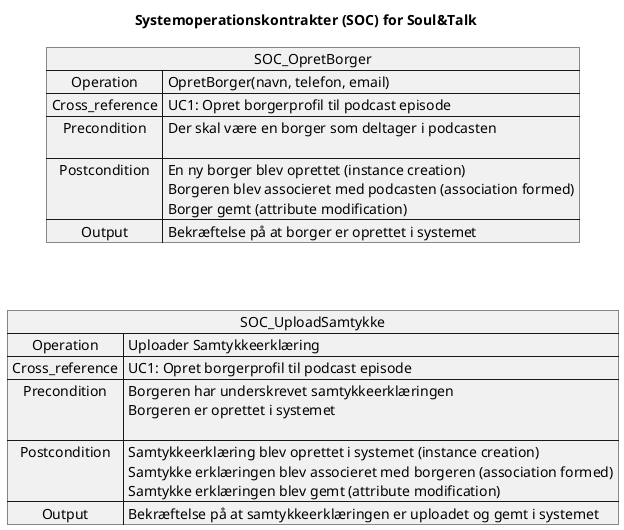
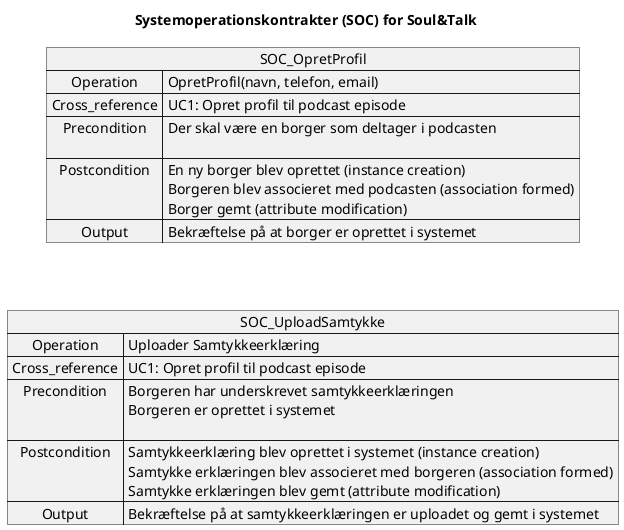
@startuml SOC Soul&Talk
skinparam defaultFontName Arial

title Systemoperationskontrakter (SOC) for Soul&Talk

- map SOC_OpretBorger {
-     Operation => OpretBorger(navn, telefon, email)
-     Cross_reference => UC1: Opret borgerprofil til podcast episode
+ map SOC_OpretProfil {
+     Operation => OpretProfil(navn, telefon, email)
+     Cross_reference => UC1: Opret profil til podcast episode
    Precondition => Der skal være en borger som deltager i podcasten\n
    Postcondition => En ny borger blev oprettet (instance creation)\nBorgeren blev associeret med podcasten (association formed)\nBorger gemt (attribute modification)
    Output => Bekræftelse på at borger er oprettet i systemet
}

map SOC_UploadSamtykke {
    Operation => Uploader Samtykkeerklæring
-     Cross_reference => UC1: Opret borgerprofil til podcast episode
+     Cross_reference => UC1: Opret profil til podcast episode
    Precondition => Borgeren har underskrevet samtykkeerklæringen\nBorgeren er oprettet i systemet\n
    Postcondition => Samtykkeerklæring blev oprettet i systemet (instance creation)\nSamtykke erklæringen blev associeret med borgeren (association formed)\nSamtykke erklæringen blev gemt (attribute modification)
    Output => Bekræftelse på at samtykkeerklæringen er uploadet og gemt i systemet
}

- SOC_OpretBorger -[hidden]down-> SOC_UploadSamtykke
+ SOC_OpretProfil -[hidden]down-> SOC_UploadSamtykke

@enduml